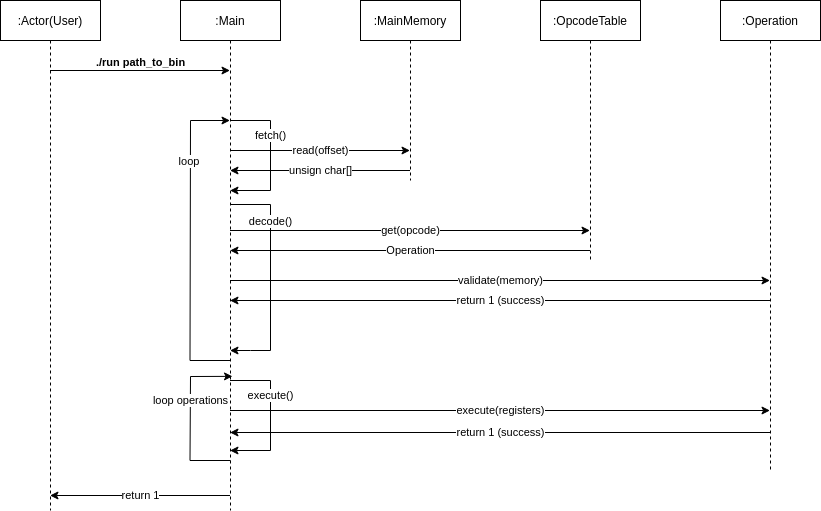
Before: design/SequenceChart.drawio.png, a diagram exported from draw.io (podefero/VirtualAssembler). Source tidied: cells renumbered, new cells last; positions are measured from the earlier drawing's top-left corner, leaving out a move shared by most shapes.
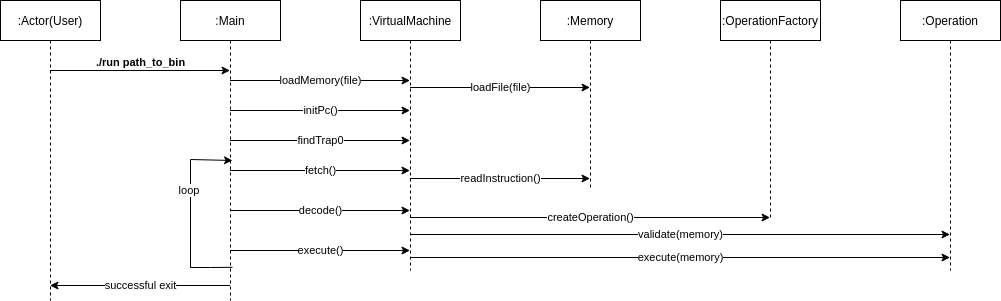
After the commit.

The edit, as a diff of the source:
```diff
@@ -9,122 +9,105 @@
       </mxGeometry>
     </mxCell>
     <mxCell id="3" value=":Actor(User)" style="shape=umlLifeline;perimeter=lifelinePerimeter;rounded=0;shadow=0;strokeWidth=1;" parent="1" vertex="1">
-      <mxGeometry width="100" height="510" as="geometry" />
+      <mxGeometry width="100" height="300" as="geometry" />
     </mxCell>
-    <mxCell id="4" value="fetch()" style="edgeStyle=none;rounded=0;orthogonalLoop=1;jettySize=auto;html=1;" parent="1" edge="1" source="7" target="7">
-      <mxGeometry x="-0.28" relative="1" as="geometry">
-        <Array as="points">
-          <mxPoint x="270" y="120" />
-          <mxPoint x="270" y="190" />
-        </Array>
-        <mxPoint y="1" as="offset" />
-      </mxGeometry>
-    </mxCell>
-    <mxCell id="5" value="read(offset)" style="edgeStyle=none;rounded=0;orthogonalLoop=1;jettySize=auto;html=1;" parent="1" edge="1">
+    <mxCell id="5" value="fetch()" style="edgeStyle=none;rounded=0;orthogonalLoop=1;jettySize=auto;html=1;" parent="1" edge="1">
       <mxGeometry relative="1" as="geometry">
-        <mxPoint x="229.5" y="150" as="sourcePoint" />
-        <mxPoint x="409.5" y="150" as="targetPoint" />
+        <mxPoint x="229.5" y="170" as="sourcePoint" />
+        <mxPoint x="409.5" y="170" as="targetPoint" />
       </mxGeometry>
     </mxCell>
-    <mxCell id="6" value="return 1" style="edgeStyle=none;rounded=0;orthogonalLoop=1;jettySize=auto;html=1;strokeColor=default;" parent="1" edge="1">
+    <mxCell id="6" value="successful exit" style="edgeStyle=none;rounded=0;orthogonalLoop=1;jettySize=auto;html=1;strokeColor=default;" parent="1" edge="1">
       <mxGeometry relative="1" as="geometry">
-        <mxPoint x="229.5" y="495" as="sourcePoint" />
-        <mxPoint x="49.5" y="495" as="targetPoint" />
+        <mxPoint x="229.5" y="285" as="sourcePoint" />
+        <mxPoint x="49.5" y="285" as="targetPoint" />
       </mxGeometry>
     </mxCell>
     <mxCell id="7" value=":Main" style="shape=umlLifeline;perimeter=lifelinePerimeter;rounded=0;shadow=0;strokeWidth=1;" parent="1" vertex="1">
-      <mxGeometry x="180" width="100" height="510" as="geometry" />
+      <mxGeometry x="180" width="100" height="300" as="geometry" />
     </mxCell>
-    <mxCell id="8" value="unsign char[]" style="edgeStyle=none;rounded=0;orthogonalLoop=1;jettySize=auto;html=1;" parent="1" edge="1">
-      <mxGeometry relative="1" as="geometry">
-        <mxPoint x="409.5" y="170" as="sourcePoint" />
-        <mxPoint x="229.5" y="170" as="targetPoint" />
-      </mxGeometry>
-    </mxCell>
+    <mxCell id="22" value="loadFile(file)" style="rounded=0;orthogonalLoop=1;jettySize=auto;html=1;" parent="1" edge="1">
+      <mxGeometry relative="1" as="geometry">
+        <mxPoint x="409.5" y="87" as="sourcePoint" />
+        <mxPoint x="589.5" y="87" as="targetPoint" />
+      </mxGeometry>
+    </mxCell>
-    <mxCell id="9" value=":MainMemory" style="shape=umlLifeline;perimeter=lifelinePerimeter;rounded=0;shadow=0;strokeWidth=1;fontFamily=Helvetica;fontSize=12;fontColor=default;align=center;strokeColor=default;fillColor=default;" parent="1" vertex="1">
-      <mxGeometry x="360" width="100" height="180" as="geometry" />
+    <mxCell id="9" value=":VirtualMachine" style="shape=umlLifeline;perimeter=lifelinePerimeter;rounded=0;shadow=0;strokeWidth=1;fontFamily=Helvetica;fontSize=12;fontColor=default;align=center;strokeColor=default;fillColor=default;" parent="1" vertex="1">
+      <mxGeometry x="360" width="100" height="270" as="geometry" />
     </mxCell>
-    <mxCell id="10" value="decode()" style="edgeStyle=none;rounded=0;jettySize=auto;html=1;" parent="1" edge="1" target="7">
-      <mxGeometry x="-0.5" relative="1" as="geometry">
-        <mxPoint x="229.5" y="204" as="sourcePoint" />
-        <Array as="points">
-          <mxPoint x="270" y="204" />
-          <mxPoint x="270" y="350" />
-          <mxPoint x="250" y="350" />
-        </Array>
-      </mxGeometry>
-    </mxCell>
-    <mxCell id="11" value=":OpcodeTable" style="shape=umlLifeline;perimeter=lifelinePerimeter;rounded=0;shadow=0;strokeWidth=1;fontFamily=Helvetica;fontSize=12;fontColor=default;align=center;strokeColor=default;fillColor=default;" parent="1" vertex="1">
-      <mxGeometry x="540" width="100" height="260" as="geometry" />
+    <mxCell id="11" value=":Memory" style="shape=umlLifeline;perimeter=lifelinePerimeter;rounded=0;shadow=0;strokeWidth=1;fontFamily=Helvetica;fontSize=12;fontColor=default;align=center;strokeColor=default;fillColor=default;" parent="1" vertex="1">
+      <mxGeometry x="540" width="100" height="190" as="geometry" />
     </mxCell>
-    <mxCell id="12" value="get(opcode)" style="edgeStyle=none;rounded=0;orthogonalLoop=1;jettySize=auto;html=1;" parent="1" edge="1">
+    <mxCell id="12" value="validate(memory)" style="edgeStyle=none;rounded=0;orthogonalLoop=1;jettySize=auto;html=1;" parent="1" edge="1">
       <mxGeometry relative="1" as="geometry">
-        <mxPoint x="229.5" y="230" as="sourcePoint" />
-        <mxPoint x="589.5" y="230" as="targetPoint" />
+        <mxPoint x="409.5" y="234" as="sourcePoint" />
+        <mxPoint x="949.5" y="234" as="targetPoint" />
       </mxGeometry>
     </mxCell>
-    <mxCell id="13" value="Operation" style="edgeStyle=none;rounded=0;orthogonalLoop=1;jettySize=auto;html=1;" parent="1" edge="1">
-      <mxGeometry relative="1" as="geometry">
-        <mxPoint x="589.5" y="250" as="sourcePoint" />
-        <mxPoint x="229.5" y="250" as="targetPoint" />
-      </mxGeometry>
-    </mxCell>
-    <mxCell id="14" value="validate(memory)" style="edgeStyle=none;rounded=0;jettySize=auto;html=1;" parent="1" edge="1" target="15">
-      <mxGeometry relative="1" as="geometry">
-        <mxPoint x="229.5" y="280" as="sourcePoint" />
-      </mxGeometry>
-    </mxCell>
-    <mxCell id="15" value=":Operation" style="shape=umlLifeline;perimeter=lifelinePerimeter;rounded=0;shadow=0;strokeWidth=1;fontFamily=Helvetica;fontSize=12;fontColor=default;align=center;strokeColor=default;fillColor=default;" parent="1" vertex="1">
-      <mxGeometry x="720" width="100" height="470" as="geometry" />
+    <mxCell id="15" value=":OperationFactory" style="shape=umlLifeline;perimeter=lifelinePerimeter;rounded=0;shadow=0;strokeWidth=1;fontFamily=Helvetica;fontSize=12;fontColor=default;align=center;strokeColor=default;fillColor=default;" parent="1" vertex="1">
+      <mxGeometry x="720" width="100" height="220" as="geometry" />
     </mxCell>
-    <mxCell id="16" value="return 1 (success)" style="edgeStyle=none;rounded=0;orthogonalLoop=1;jettySize=auto;html=1;strokeColor=default;" parent="1" edge="1">
-      <mxGeometry relative="1" as="geometry">
-        <mxPoint x="769.5" y="300" as="sourcePoint" />
-        <mxPoint x="229.5" y="300" as="targetPoint" />
-      </mxGeometry>
-    </mxCell>
-    <mxCell id="17" value="loop&amp;nbsp;" style="edgeStyle=none;rounded=0;jettySize=auto;html=1;" parent="1" edge="1" target="7">
-      <mxGeometry x="0.5" relative="1" as="geometry">
-        <mxPoint x="230" y="360" as="sourcePoint" />
+    <mxCell id="17" value="loop&amp;nbsp;" style="edgeStyle=none;rounded=0;orthogonalLoop=1;jettySize=auto;html=1;exitX=0.52;exitY=0.431;exitDx=0;exitDy=0;exitPerimeter=0;" parent="1" edge="1">
+      <mxGeometry x="0.24" relative="1" as="geometry">
+        <mxPoint x="232" y="266.8" as="sourcePoint" />
+        <mxPoint x="232" y="160" as="targetPoint" />
         <Array as="points">
-          <mxPoint x="209.5" y="360" />
-          <mxPoint x="189.5" y="360" />
-          <mxPoint x="190" y="120" />
+          <mxPoint x="210" y="267" />
+          <mxPoint x="190" y="267" />
+          <mxPoint x="190" y="159" />
         </Array>
       </mxGeometry>
     </mxCell>
+    <mxCell id="23" value="loadMemory(file)" style="edgeStyle=none;rounded=0;orthogonalLoop=1;jettySize=auto;html=1;" parent="1" edge="1">
+      <mxGeometry relative="1" as="geometry">
+        <mxPoint x="229.5" y="80" as="sourcePoint" />
+        <mxPoint x="409.5" y="80" as="targetPoint" />
+      </mxGeometry>
+    </mxCell>
+    <mxCell id="24" value="initPc()" style="edgeStyle=none;rounded=0;orthogonalLoop=1;jettySize=auto;html=1;" parent="1" edge="1">
+      <mxGeometry relative="1" as="geometry">
+        <mxPoint x="229.5" y="110" as="sourcePoint" />
+        <mxPoint x="409.5" y="110" as="targetPoint" />
+      </mxGeometry>
+    </mxCell>
+    <mxCell id="25" value="findTrap0" style="edgeStyle=none;rounded=0;orthogonalLoop=1;jettySize=auto;html=1;" parent="1" edge="1">
+      <mxGeometry relative="1" as="geometry">
+        <mxPoint x="229.5" y="140" as="sourcePoint" />
+        <mxPoint x="409.5" y="140" as="targetPoint" />
+      </mxGeometry>
+    </mxCell>
+    <mxCell id="10" value="decode()" style="edgeStyle=none;rounded=0;orthogonalLoop=1;jettySize=auto;html=1;" parent="1" edge="1">
+      <mxGeometry relative="1" as="geometry">
+        <mxPoint x="229.5" y="210" as="sourcePoint" />
+        <mxPoint x="409.5" y="210" as="targetPoint" />
+      </mxGeometry>
+    </mxCell>
+    <mxCell id="26" value="readInstruction()" style="rounded=0;orthogonalLoop=1;jettySize=auto;html=1;startArrow=none;startFill=0;" parent="1" edge="1">
+      <mxGeometry relative="1" as="geometry">
+        <mxPoint x="409.5" y="178" as="sourcePoint" />
+        <mxPoint x="589.5" y="178" as="targetPoint" />
+      </mxGeometry>
+    </mxCell>
     <mxCell id="18" value="execute()" style="edgeStyle=none;rounded=0;orthogonalLoop=1;jettySize=auto;html=1;" parent="1" edge="1">
-      <mxGeometry x="-0.28" relative="1" as="geometry">
-        <mxPoint x="229.5" y="380" as="sourcePoint" />
-        <mxPoint x="229.5" y="450" as="targetPoint" />
-        <Array as="points">
-          <mxPoint x="270" y="380" />
-          <mxPoint x="270" y="450" />
-        </Array>
-        <mxPoint y="1" as="offset" />
+      <mxGeometry relative="1" as="geometry">
+        <mxPoint x="229.5" y="250" as="sourcePoint" />
+        <mxPoint x="409.5" y="250" as="targetPoint" />
       </mxGeometry>
     </mxCell>
-    <mxCell id="19" value="loop operations" style="edgeStyle=none;rounded=0;jettySize=auto;html=1;entryX=0.52;entryY=0.737;entryDx=0;entryDy=0;entryPerimeter=0;" parent="1" edge="1" target="7">
-      <mxGeometry x="0.21" relative="1" as="geometry">
-        <mxPoint x="230" y="460" as="sourcePoint" />
-        <Array as="points">
-          <mxPoint x="209.5" y="460" />
-          <mxPoint x="189.5" y="460" />
-          <mxPoint x="190" y="376" />
-        </Array>
-      </mxGeometry>
-    </mxCell>
-    <mxCell id="20" value="execute(registers)" style="edgeStyle=none;rounded=0;orthogonalLoop=1;jettySize=auto;html=1;" parent="1" edge="1">
-      <mxGeometry relative="1" as="geometry">
-        <mxPoint x="229.5" y="410" as="sourcePoint" />
-        <mxPoint x="769.5" y="410" as="targetPoint" />
-      </mxGeometry>
-    </mxCell>
-    <mxCell id="21" value="return 1 (success)" style="edgeStyle=none;rounded=0;orthogonalLoop=1;jettySize=auto;html=1;" parent="1" edge="1">
-      <mxGeometry relative="1" as="geometry">
-        <mxPoint x="769.5" y="432" as="sourcePoint" />
-        <mxPoint x="229.5" y="432" as="targetPoint" />
-      </mxGeometry>
-    </mxCell>
+    <mxCell id="27" value=":Operation" style="shape=umlLifeline;perimeter=lifelinePerimeter;rounded=0;shadow=0;strokeWidth=1;fontFamily=Helvetica;fontSize=12;fontColor=default;align=center;strokeColor=default;fillColor=default;" parent="1" vertex="1">
+      <mxGeometry x="900" width="100" height="270" as="geometry" />
+    </mxCell>
+    <mxCell id="28" value="execute(memory)" style="edgeStyle=none;rounded=0;orthogonalLoop=1;jettySize=auto;html=1;" parent="1" edge="1">
+      <mxGeometry relative="1" as="geometry">
+        <mxPoint x="409.5" y="257" as="sourcePoint" />
+        <mxPoint x="949.5" y="257" as="targetPoint" />
+      </mxGeometry>
+    </mxCell>
+    <mxCell id="29" value="createOperation()" style="edgeStyle=none;rounded=0;orthogonalLoop=1;jettySize=auto;html=1;" parent="1" edge="1">
+      <mxGeometry relative="1" as="geometry">
+        <mxPoint x="409.5" y="217" as="sourcePoint" />
+        <mxPoint x="769.5" y="217" as="targetPoint" />
+      </mxGeometry>
+    </mxCell>
   </root>
 </mxGraphModel>
```
